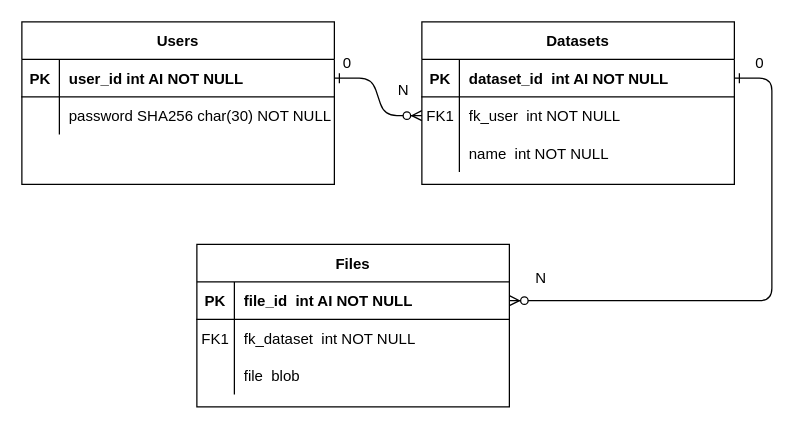
Earlier version of the draw.io diagram docs/class_diagram.drawio (MarcoP1999/programmazione_avanzata). Source tidied: cells renumbered, new cells numbered last; positions are measured from the earlier drawing's top-left corner, leaving out a move shared by most shapes. Both pictures are drawn from the tidied source at 125%, with x=0, y=0 at pixel (21, 21).
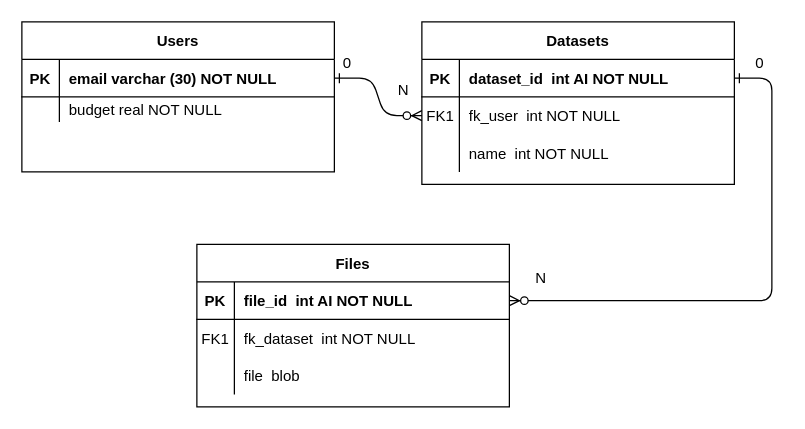
The same page after the edit.

Unchanged cells that the change refers to:
```xml
<mxCell id="14" style="shape=partialRectangle;fillColor=none;points=[[0,0.5],[1,0.5]];portConstraint=eastwest;top=0;left=0;right=0;bottom=1;" parent="13" vertex="1">
  <mxGeometry y="30" width="250" height="30" as="geometry" />
</mxCell>
```

Change to the diagram source:
```diff
@@
     <mxCell id="13" value="Users" style="shape=table;startSize=30;childLayout=tableLayout;rowLines=0;fontStyle=1;align=center;" parent="1" vertex="1">
-      <mxGeometry width="250" height="130" as="geometry" />
+      <mxGeometry width="250" height="120" as="geometry" />
     </mxCell>
@@
-    <mxCell id="16" value="user_id int AI NOT NULL " style="shape=partialRectangle;overflow=hidden;fillColor=none;top=0;left=0;bottom=0;right=0;align=left;spacingLeft=6;fontStyle=1;" parent="14" vertex="1">
+    <mxCell id="16" value="email varchar (30) NOT NULL " style="shape=partialRectangle;overflow=hidden;fillColor=none;top=0;left=0;bottom=0;right=0;align=left;spacingLeft=6;fontStyle=1;" parent="14" vertex="1">
       <mxGeometry x="30" width="220" height="30" as="geometry" />
     </mxCell>
     <mxCell id="17" style="shape=partialRectangle;fillColor=none;top=0;left=0;right=0;bottom=0;" parent="13" vertex="1">
-      <mxGeometry y="60" width="250" height="30" as="geometry" />
+      <mxGeometry y="60" width="250" height="20" as="geometry" />
     </mxCell>
     <mxCell id="18" style="shape=partialRectangle;overflow=hidden;fillColor=none;top=0;left=0;bottom=0;right=0;" parent="17" vertex="1">
-      <mxGeometry width="30" height="30" as="geometry" />
+      <mxGeometry width="30" height="20" as="geometry" />
     </mxCell>
-    <mxCell id="19" value="password SHA256 char(30) NOT NULL" style="shape=partialRectangle;overflow=hidden;fillColor=none;top=0;left=0;bottom=0;right=0;align=left;spacingLeft=6;" parent="17" vertex="1">
-      <mxGeometry x="30" width="220" height="30" as="geometry" />
+    <mxCell id="19" value="budget real NOT NULL" style="shape=partialRectangle;overflow=hidden;fillColor=none;top=0;left=0;bottom=0;right=0;align=left;spacingLeft=6;" parent="17" vertex="1">
+      <mxGeometry x="30" width="220" height="20" as="geometry" />
     </mxCell>
@@
+    <mxCell id="36" style="shape=partialRectangle;overflow=hidden;fillColor=none;top=0;left=0;bottom=0;right=0;align=left;spacingLeft=6;" parent="1" vertex="1">
+      <mxGeometry x="30" y="90" width="220" height="20" as="geometry" />
+    </mxCell>
```
